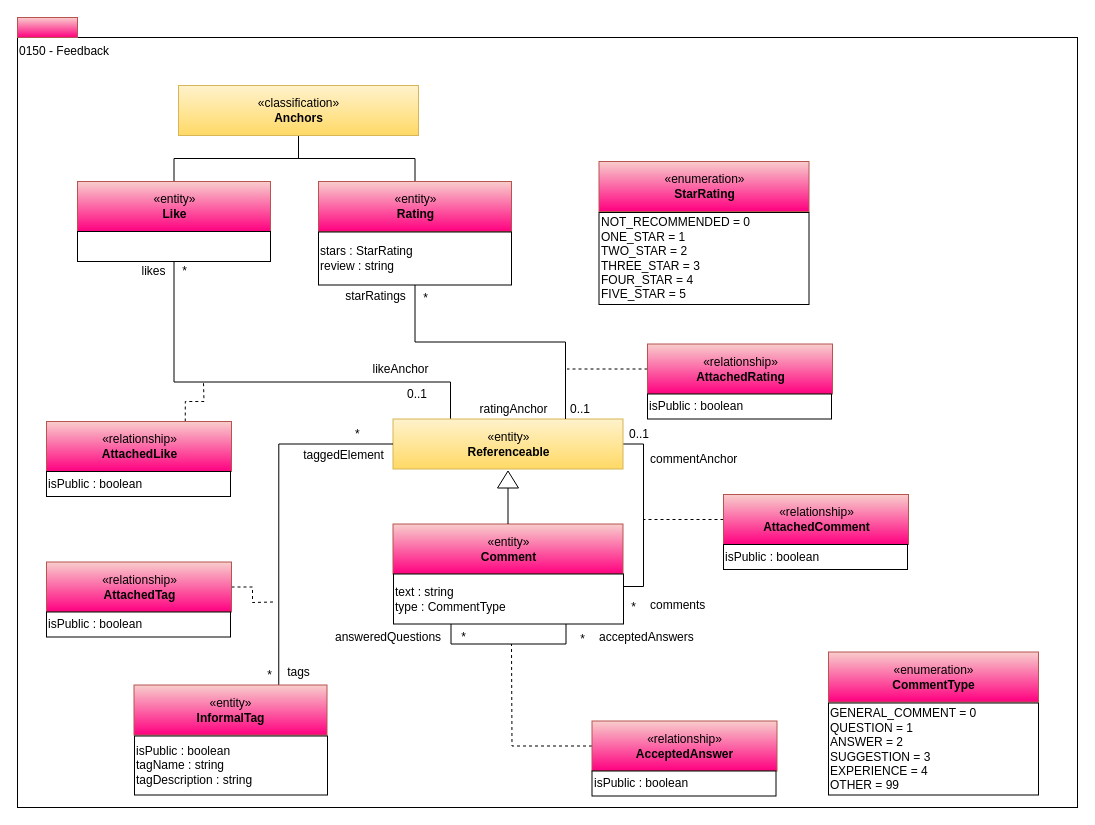
This is page "0150-Feedback" (11 of 13) of open-metadata-publication/website/open-metadata-types/area-1-collaboration.drawio from odpi/egeria, a draw.io file, before an edit. Source tidied: cells renumbered, new cells numbered last; positions are measured from the earlier drawing's top-left corner, leaving out a move shared by most shapes. Both pictures are drawn from the tidied source at 100%, with x=0, y=0 at pixel (17, 17).
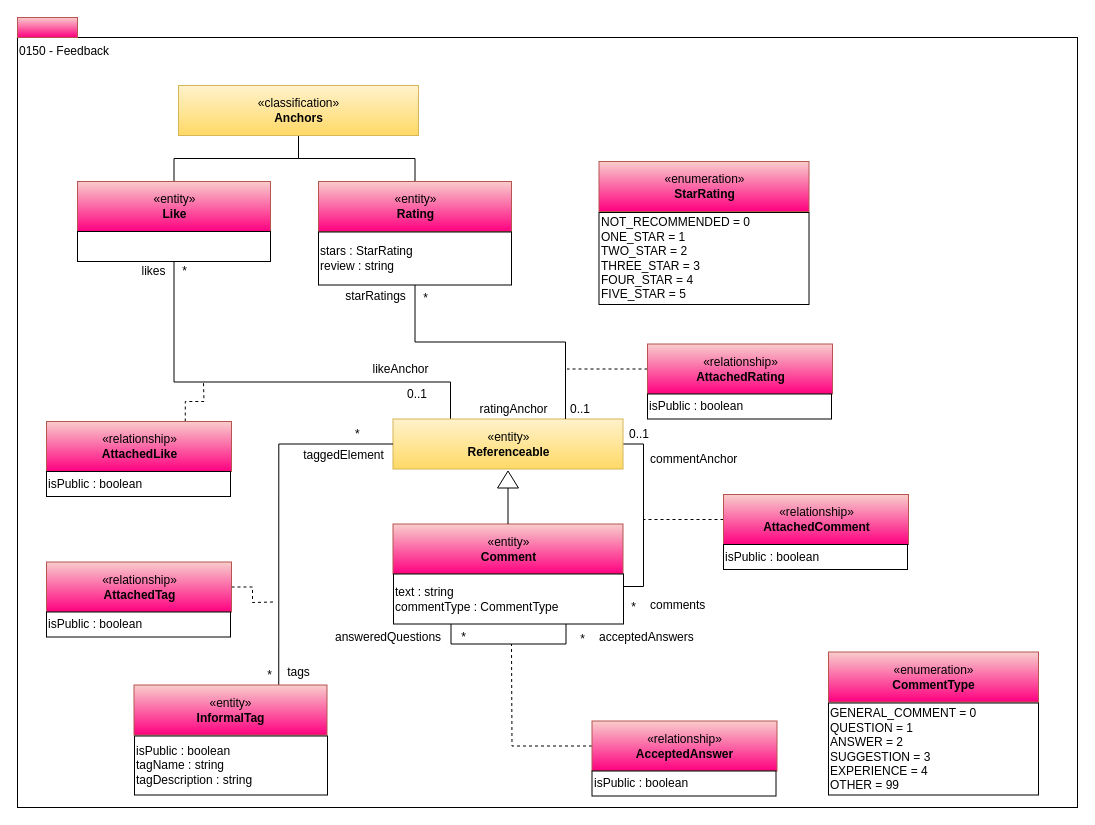
The same diagram, later.

Diff of the diagram source:
```diff
@@
-    <mxCell id="6" value="text : string&lt;br&gt;type : CommentType" style="rounded=0;whiteSpace=wrap;html=1;align=left;" parent="1" vertex="1">
+    <mxCell id="6" value="text : string&lt;br&gt;commentType : CommentType" style="rounded=0;whiteSpace=wrap;html=1;align=left;" parent="1" vertex="1">
       <mxGeometry x="376" y="556.5" width="230" height="50" as="geometry" />
     </mxCell>
```
